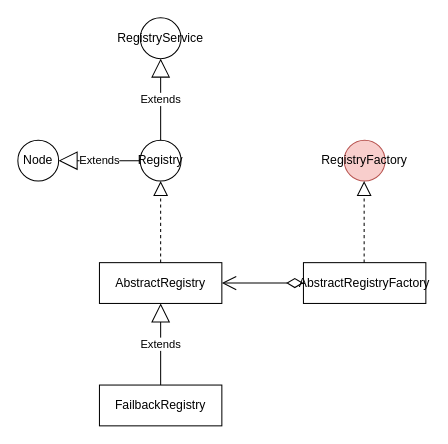
sciatta/draw keeps this draw.io diagram as develop-stack/language/java/dubbo/component/dubbo_registry_class.drawio. Above is the earlier version. Source tidied: cells renumbered, new cells numbered last; positions are measured from the earlier drawing's top-left corner, leaving out a move shared by most shapes. Both pictures are drawn from the tidied source at 102%, with x=0, y=0 at pixel (17, 17).
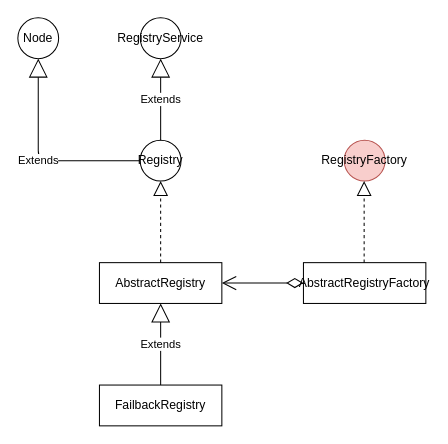
The same page after the edit.

Commit message (it also covers changes not shown here):
dubbo service config notes

The edit, as a diff of the source:
```diff
@@
 <mxGraphModel>
   <root>
     <mxCell id="0" />
     <mxCell id="1" parent="0" />
     <mxCell id="2" value="RegistryService" style="ellipse;whiteSpace=wrap;html=1;" parent="1" vertex="1">
       <mxGeometry x="120" width="40" height="40" as="geometry" />
     </mxCell>
     <mxCell id="3" value="Node" style="ellipse;whiteSpace=wrap;html=1;" parent="1" vertex="1">
-      <mxGeometry y="120" width="40" height="40" as="geometry" />
+      <mxGeometry width="40" height="40" as="geometry" />
     </mxCell>
     <mxCell id="4" value="Registry" style="ellipse;whiteSpace=wrap;html=1;" parent="1" vertex="1">
       <mxGeometry x="120" y="120" width="40" height="40" as="geometry" />
     </mxCell>
     <mxCell id="5" value="Extends" style="endArrow=block;endSize=16;endFill=0;html=1;entryX=0.5;entryY=1;entryDx=0;entryDy=0;exitX=0.5;exitY=0;exitDx=0;exitDy=0;" parent="1" edge="1" source="4" target="2">
       <mxGeometry relative="1" as="geometry" />
     </mxCell>
-    <mxCell id="6" value="Extends" style="endArrow=block;endSize=16;endFill=0;html=1;exitX=0;exitY=0.5;exitDx=0;exitDy=0;entryX=1;entryY=0.5;entryDx=0;entryDy=0;" parent="1" edge="1" source="4" target="3">
-      <mxGeometry relative="1" as="geometry" />
+    <mxCell id="6" value="Extends" style="endArrow=block;endSize=16;endFill=0;html=1;exitX=0;exitY=0.5;exitDx=0;exitDy=0;entryX=0.5;entryY=1;entryDx=0;entryDy=0;" parent="1" edge="1" source="4" target="3">
+      <mxGeometry relative="1" as="geometry">
+        <Array as="points">
+          <mxPoint x="20" y="140" />
+        </Array>
+      </mxGeometry>
     </mxCell>
     <mxCell id="7" value="&lt;span style=&quot;white-space: normal&quot;&gt;AbstractRegistry&lt;/span&gt;" style="rounded=0;whiteSpace=wrap;html=1;" parent="1" vertex="1">
       <mxGeometry x="80" y="240" width="120" height="40" as="geometry" />
     </mxCell>
     <mxCell id="8" style="endArrow=block;dashed=1;endFill=0;endSize=12;html=1;entryX=0.5;entryY=1;entryDx=0;entryDy=0;exitX=0.5;exitY=0;exitDx=0;exitDy=0;" parent="1" edge="1" source="7" target="4">
       <mxGeometry relative="1" as="geometry" />
     </mxCell>
     <mxCell id="9" value="&lt;span style=&quot;white-space: normal&quot;&gt;FailbackRegistry&lt;/span&gt;" style="rounded=0;whiteSpace=wrap;html=1;" parent="1" vertex="1">
       <mxGeometry x="80" y="360" width="120" height="40" as="geometry" />
     </mxCell>
     <mxCell id="10" value="Extends" style="endArrow=block;endSize=16;endFill=0;html=1;exitX=0.5;exitY=0;exitDx=0;exitDy=0;entryX=0.5;entryY=1;entryDx=0;entryDy=0;" parent="1" edge="1" source="9" target="7">
       <mxGeometry relative="1" as="geometry" />
     </mxCell>
     <mxCell id="11" value="AbstractRegistryFactory" style="rounded=0;whiteSpace=wrap;html=1;" parent="1" vertex="1">
       <mxGeometry x="280" y="240" width="120" height="40" as="geometry" />
     </mxCell>
     <mxCell id="12" style="endArrow=open;html=1;endSize=12;startArrow=diamondThin;startSize=14;startFill=0;edgeStyle=orthogonalEdgeStyle;align=left;verticalAlign=bottom;exitX=0;exitY=0.5;exitDx=0;exitDy=0;entryX=1;entryY=0.5;entryDx=0;entryDy=0;" parent="1" edge="1" source="11" target="7">
       <mxGeometry x="-1" y="3" relative="1" as="geometry" />
     </mxCell>
     <mxCell id="13" value="RegistryFactory" style="ellipse;whiteSpace=wrap;html=1;fillColor=#f8cecc;strokeColor=#b85450;" parent="1" vertex="1">
       <mxGeometry x="320" y="120" width="40" height="40" as="geometry" />
     </mxCell>
     <mxCell id="14" style="endArrow=block;dashed=1;endFill=0;endSize=12;html=1;entryX=0.5;entryY=1;entryDx=0;entryDy=0;exitX=0.5;exitY=0;exitDx=0;exitDy=0;" parent="1" edge="1">
       <mxGeometry relative="1" as="geometry">
         <mxPoint x="339.5" y="240" as="sourcePoint" />
         <mxPoint x="339.5" y="160" as="targetPoint" />
       </mxGeometry>
     </mxCell>
   </root>
 </mxGraphModel>
```
